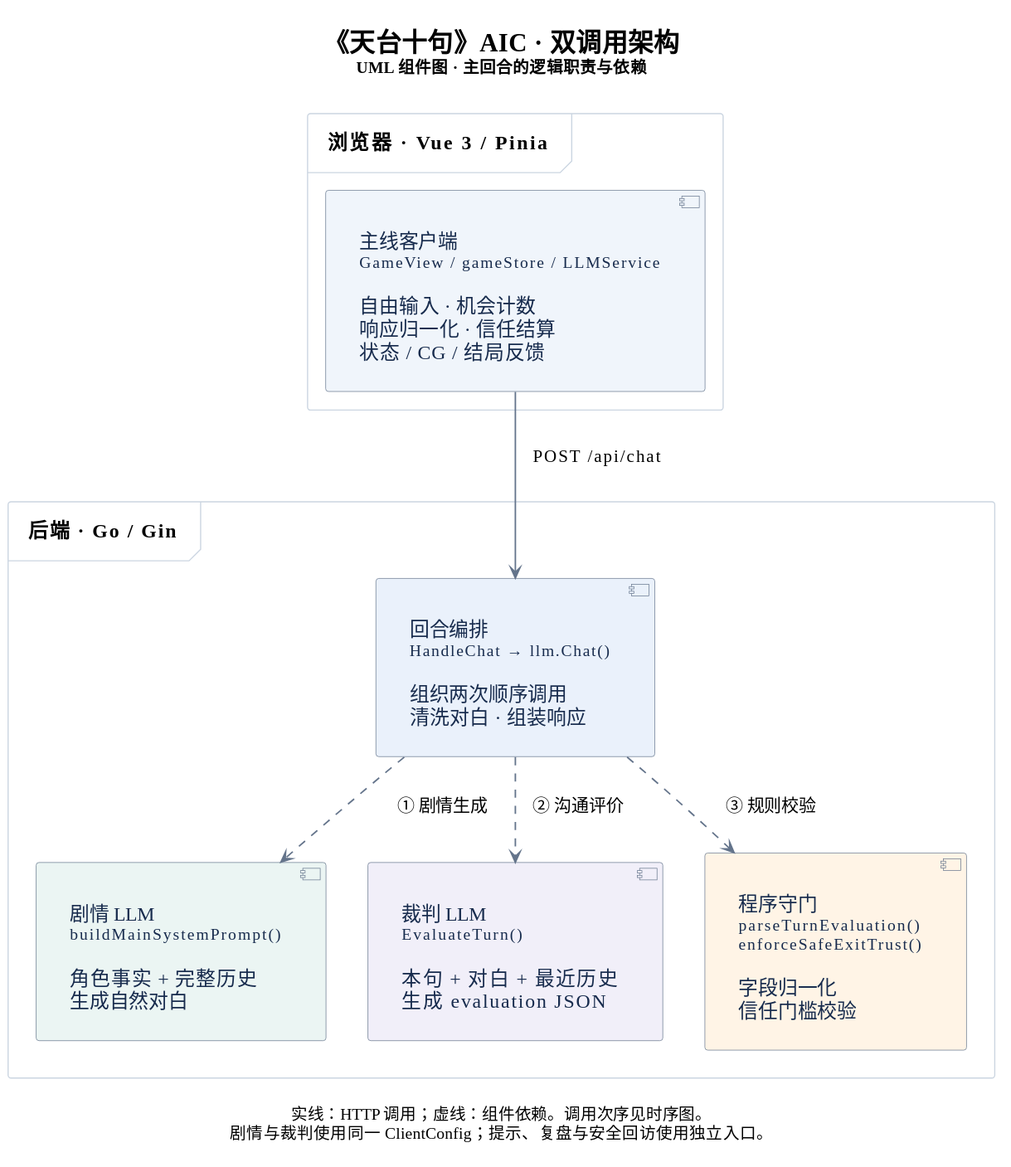
Before: docs/architecture/aic_dual_call_component.svg, a diagram exported from PlantUML (FuSheng-cs/tian_tai_shi_ju). Its source is kept beside it as docs/architecture/aic_dual_call_component.puml.
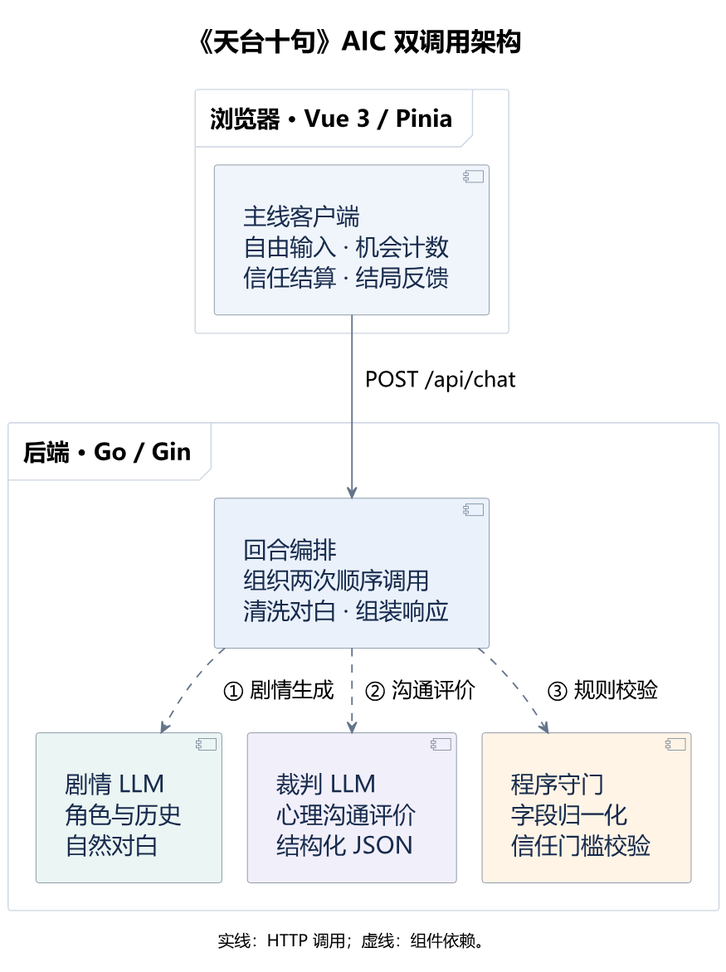
The same diagram one commit later.

Change to the diagram source:
```diff
@@ -1,41 +1,41 @@
 @startuml AIC_Dual_Call_Component
-title 《天台十句》AIC · 双调用架构\n<size:14>UML 组件图 · 主回合的逻辑职责与依赖</size>
+title 《天台十句》AIC 双调用架构
 
 top to bottom direction
 skinparam backgroundColor #FFFFFF
 skinparam shadowing false
 skinparam defaultFontName "Microsoft YaHei"
-skinparam defaultFontSize 17
+skinparam defaultFontSize 20
 skinparam titleFontSize 22
 skinparam CaptionFontSize 14
 skinparam ArrowColor #64748B
 skinparam ArrowThickness 1.3
-skinparam ArrowFontSize 15
+skinparam ArrowFontSize 18
 skinparam componentStyle uml2
 skinparam componentBorderColor #64748B
 skinparam componentFontColor #172B4D
 skinparam componentBackgroundColor #F8FAFC
-skinparam componentFontSize 17
+skinparam componentFontSize 20
 skinparam packageStyle frame
 skinparam packageBorderColor #CBD5E1
 skinparam packageFontColor #334155
 skinparam packageFontSize 16
 skinparam packageBackgroundColor #FFFFFF
-skinparam padding 14
-skinparam nodesep 36
-skinparam ranksep 36
+skinparam padding 10
+skinparam nodesep 22
+skinparam ranksep 24
 
 package "浏览器 · Vue 3 / Pinia" {
-  component "主线客户端\n<size:14>GameView / gameStore / LLMService</size>\n\n自由输入 · 机会计数\n响应归一化 · 信任结算\n状态 / CG / 结局反馈" as Client #F0F5FB
+  component "主线客户端\n自由输入 · 机会计数\n信任结算 · 结局反馈" as Client #F0F5FB
 }
 
 package "后端 · Go / Gin" {
-  component "回合编排\n<size:14>HandleChat → llm.Chat()</size>\n\n组织两次顺序调用\n清洗对白 · 组装响应" as Chat #EAF1FB
+  component "回合编排\n组织两次顺序调用\n清洗对白 · 组装响应" as Chat #EAF1FB
 
   together {
-    component "剧情 LLM\n<size:14>buildMainSystemPrompt()</size>\n\n角色事实 + 完整历史\n生成自然对白" as Story #EBF5F3
-    component "裁判 LLM\n<size:14>EvaluateTurn()</size>\n\n本句 + 对白 + 最近历史\n生成 evaluation JSON" as Judge #F1EFF9
-    component "程序守门\n<size:14>parseTurnEvaluation()</size>\n<size:14>enforceSafeExitTrust()</size>\n\n字段归一化\n信任门槛校验" as Gate #FFF4E6
+    component "剧情 LLM\n角色与历史\n自然对白" as Story #EBF5F3
+    component "裁判 LLM\n心理沟通评价\n结构化 JSON" as Judge #F1EFF9
+    component "程序守门\n字段归一化\n信任门槛校验" as Gate #FFF4E6
   }
 
   Story -[hidden]right-> Judge
@@ -47,5 +47,5 @@
 Chat ..> Judge : ② 沟通评价
 Chat ..> Gate : ③ 规则校验
 
-caption 实线：HTTP 调用；虚线：组件依赖。调用次序见时序图。\n剧情与裁判使用同一 ClientConfig；提示、复盘与安全回访使用独立入口。
+caption 实线：HTTP 调用；虚线：组件依赖。
 @enduml
```
